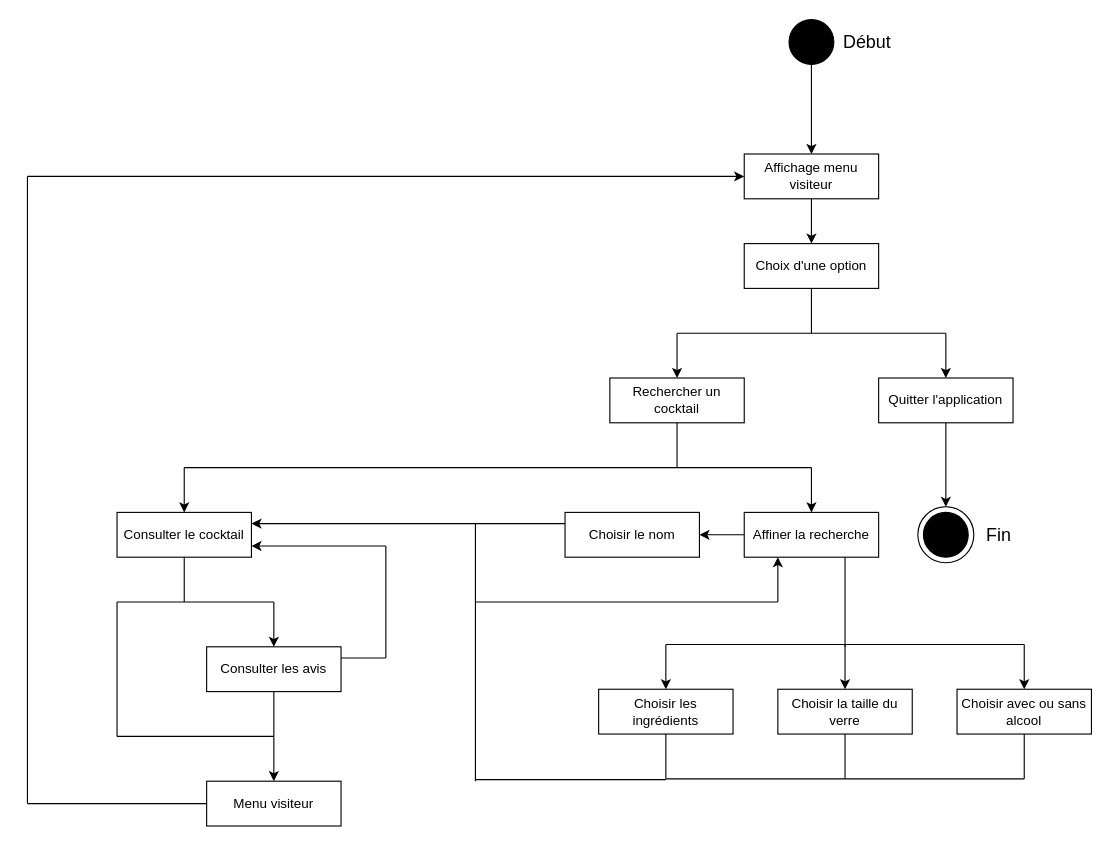
Above: Diagramme d'état du menu visiteur.drawio in wahib299/ProjetInfo2A (draw.io), before the change. Source tidied: cells renumbered, new cells numbered last; positions are measured from the earlier drawing's top-left corner, leaving out a move shared by most shapes. Both pictures are drawn from the tidied source at 112%, with x=0, y=0 at pixel (27, 19).
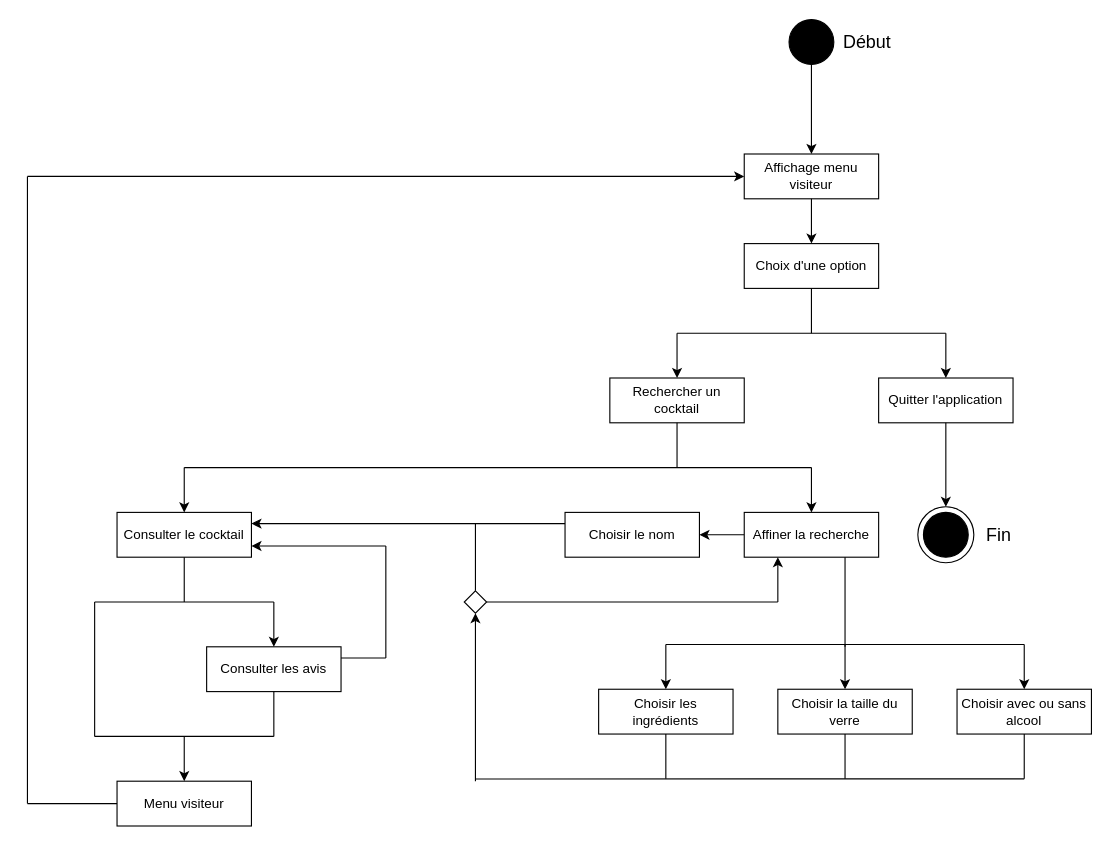
The same diagram, later.

The change refers to these unchanged cells:
```xml
<mxCell id="36" value="Consulter les avis" style="rounded=0;whiteSpace=wrap;html=1;fillColor=#FFFFFF;" parent="1" vertex="1">
  <mxGeometry x="160" y="560" width="120" height="40" as="geometry" />
</mxCell>
```

What changed in the source:
```diff
@@
-    <mxCell id="26" style="endArrow=none;html=1;" parent="1" edge="1">
-      <mxGeometry relative="1" as="geometry">
-        <mxPoint x="400" y="678.6" as="sourcePoint" />
-        <mxPoint x="570" y="678.6" as="targetPoint" />
-      </mxGeometry>
-    </mxCell>
@@
     <mxCell id="42" style="endArrow=none;html=1;" parent="1" edge="1">
       <mxGeometry relative="1" as="geometry">
-        <mxPoint x="80" y="520" as="sourcePoint" />
+        <mxPoint x="60" y="520" as="sourcePoint" />
         <mxPoint x="220" y="520" as="targetPoint" />
       </mxGeometry>
     </mxCell>
     <mxCell id="43" value="Menu visiteur" style="rounded=0;whiteSpace=wrap;html=1;fillColor=#FFFFFF;" parent="1" vertex="1">
-      <mxGeometry x="160" y="680" width="120" height="40" as="geometry" />
+      <mxGeometry x="80" y="680" width="120" height="40" as="geometry" />
     </mxCell>
-    <mxCell id="44" style="endArrow=classic;html=1;entryX=0.5;entryY=0;entryDx=0;entryDy=0;exitX=0.5;exitY=1;exitDx=0;exitDy=0;" parent="1" edge="1" source="36" target="43">
-      <mxGeometry relative="1" as="geometry" />
+    <mxCell id="44" style="endArrow=classic;html=1;entryX=0.5;entryY=0;entryDx=0;entryDy=0;" parent="1" edge="1" target="43">
+      <mxGeometry relative="1" as="geometry">
+        <mxPoint x="140" y="640" as="sourcePoint" />
+      </mxGeometry>
     </mxCell>
     <mxCell id="45" style="endArrow=none;html=1;" parent="1" edge="1">
       <mxGeometry relative="1" as="geometry">
-        <mxPoint x="80" y="640" as="sourcePoint" />
-        <mxPoint x="80" y="520" as="targetPoint" />
+        <mxPoint x="60" y="640" as="sourcePoint" />
+        <mxPoint x="60" y="520" as="targetPoint" />
       </mxGeometry>
     </mxCell>
     <mxCell id="46" style="endArrow=none;html=1;" parent="1" edge="1">
       <mxGeometry relative="1" as="geometry">
         <mxPoint x="220" y="640" as="sourcePoint" />
-        <mxPoint x="80" y="640" as="targetPoint" />
+        <mxPoint x="60" y="640" as="targetPoint" />
       </mxGeometry>
     </mxCell>
@@
-    <mxCell id="51" style="endArrow=none;html=1;" parent="1" edge="1">
-      <mxGeometry relative="1" as="geometry">
-        <mxPoint x="400" y="680" as="sourcePoint" />
-        <mxPoint x="400" y="450" as="targetPoint" />
-      </mxGeometry>
-    </mxCell>
-    <mxCell id="52" style="endArrow=none;html=1;" parent="1" edge="1">
-      <mxGeometry relative="1" as="geometry">
-        <mxPoint x="570" y="677.9" as="sourcePoint" />
-        <mxPoint x="730" y="677.9" as="targetPoint" />
-      </mxGeometry>
-    </mxCell>
@@
     <mxCell id="54" style="endArrow=none;html=1;" parent="1" edge="1">
       <mxGeometry relative="1" as="geometry">
-        <mxPoint x="730" y="677.9" as="sourcePoint" />
+        <mxPoint x="400" y="678" as="sourcePoint" />
         <mxPoint x="890" y="677.9" as="targetPoint" />
       </mxGeometry>
     </mxCell>
@@
-    <mxCell id="56" style="endArrow=none;html=1;" parent="1" edge="1">
+    <mxCell id="56" style="endArrow=none;html=1;exitX=1;exitY=0.5;exitDx=0;exitDy=0;" parent="1" edge="1">
       <mxGeometry relative="1" as="geometry">
-        <mxPoint x="400" y="520" as="sourcePoint" />
+        <mxPoint x="410" y="520" as="sourcePoint" />
         <mxPoint x="670" y="520" as="targetPoint" />
       </mxGeometry>
     </mxCell>
@@
+    <mxCell id="58" style="endArrow=none;html=1;entryX=0.5;entryY=1;entryDx=0;entryDy=0;" parent="1" edge="1" target="36">
+      <mxGeometry relative="1" as="geometry">
+        <mxPoint x="220" y="640" as="sourcePoint" />
+      </mxGeometry>
+    </mxCell>
+    <mxCell id="59" style="endArrow=classic;html=1;entryX=0.5;entryY=1;entryDx=0;entryDy=0;" parent="1" edge="1">
+      <mxGeometry relative="1" as="geometry">
+        <mxPoint x="400" y="680" as="sourcePoint" />
+        <mxPoint x="400" y="530" as="targetPoint" />
+      </mxGeometry>
+    </mxCell>
+    <mxCell id="60" style="endArrow=none;html=1;exitX=0.5;exitY=0;exitDx=0;exitDy=0;" parent="1" edge="1">
+      <mxGeometry relative="1" as="geometry">
+        <mxPoint x="400" y="510" as="sourcePoint" />
+        <mxPoint x="400" y="450" as="targetPoint" />
+      </mxGeometry>
+    </mxCell>
+    <mxCell id="61" style="rhombus;whiteSpace=wrap;html=1;fillColor=#FFFFFF;" parent="1" vertex="1">
+      <mxGeometry x="390" y="510" width="20" height="20" as="geometry" />
+    </mxCell>
```
